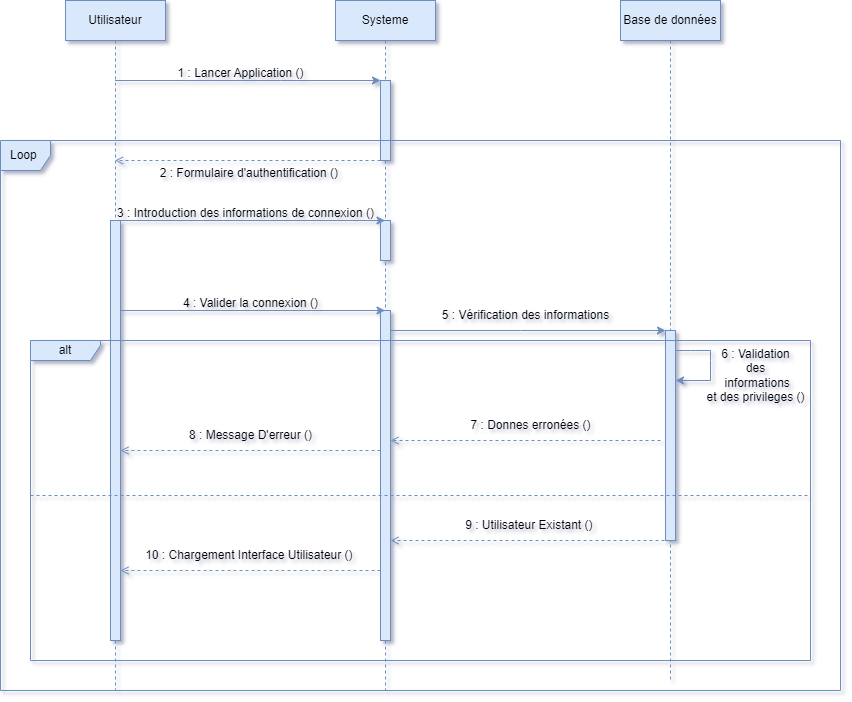
AmineLadrem/Tracking-Containers keeps this draw.io diagram as diagrammes/Diagram Sequence Authentification .drawio.png. Above is the earlier version. Source tidied: cells renumbered, new cells last; positions are measured from the earlier drawing's top-left corner, leaving out a move shared by most shapes.
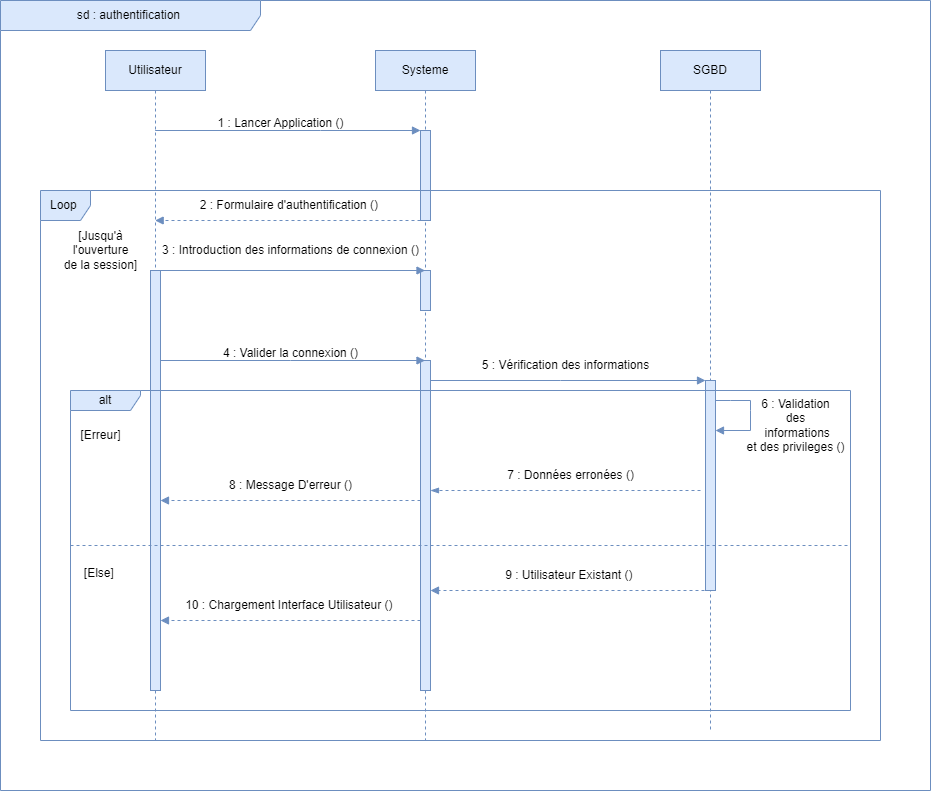
The same diagram one commit later.

Diff of the diagram source:
```diff
@@ -12,18 +12,18 @@
       <mxGeometry x="335" width="100" height="690" as="geometry" />
     </mxCell>
     <mxCell id="5" style="html=1;points=[];perimeter=orthogonalPerimeter;outlineConnect=0;targetShapes=umlLifeline;portConstraint=eastwest;newEdgeStyle={&quot;edgeStyle&quot;:&quot;elbowEdgeStyle&quot;,&quot;elbow&quot;:&quot;vertical&quot;,&quot;curved&quot;:0,&quot;rounded&quot;:0};fillColor=#dae8fc;strokeColor=#6c8ebf;" parent="4" vertex="1">
-      <mxGeometry x="45" y="80" width="10" height="80" as="geometry" />
+      <mxGeometry x="45" y="80" width="10" height="90" as="geometry" />
     </mxCell>
     <mxCell id="6" style="html=1;perimeter=orthogonalPerimeter;targetShapes=umlLifeline;newEdgeStyle={&quot;edgeStyle&quot;:&quot;elbowEdgeStyle&quot;,&quot;elbow&quot;:&quot;vertical&quot;,&quot;curved&quot;:0,&quot;rounded&quot;:0};fillColor=#dae8fc;strokeColor=#6c8ebf;" parent="4" vertex="1">
       <mxGeometry x="45" y="220" width="10" height="40" as="geometry" />
     </mxCell>
-    <mxCell id="7" value="Base de données" style="shape=umlLifeline;perimeter=lifelinePerimeter;whiteSpace=wrap;html=1;newEdgeStyle={&quot;edgeStyle&quot;:&quot;elbowEdgeStyle&quot;,&quot;elbow&quot;:&quot;vertical&quot;,&quot;curved&quot;:0,&quot;rounded&quot;:0};fillColor=#dae8fc;strokeColor=#6c8ebf;" parent="1" vertex="1">
+    <mxCell id="7" value="SGBD" style="shape=umlLifeline;perimeter=lifelinePerimeter;whiteSpace=wrap;html=1;newEdgeStyle={&quot;edgeStyle&quot;:&quot;elbowEdgeStyle&quot;,&quot;elbow&quot;:&quot;vertical&quot;,&quot;curved&quot;:0,&quot;rounded&quot;:0};fillColor=#dae8fc;strokeColor=#6c8ebf;" parent="1" vertex="1">
       <mxGeometry x="620" width="100" height="680" as="geometry" />
     </mxCell>
     <mxCell id="8" style="html=1;points=[];perimeter=orthogonalPerimeter;outlineConnect=0;targetShapes=umlLifeline;portConstraint=eastwest;newEdgeStyle={&quot;edgeStyle&quot;:&quot;elbowEdgeStyle&quot;,&quot;elbow&quot;:&quot;vertical&quot;,&quot;curved&quot;:0,&quot;rounded&quot;:0};fillColor=#dae8fc;strokeColor=#6c8ebf;" parent="7" vertex="1">
       <mxGeometry x="45" y="330" width="10" height="210" as="geometry" />
     </mxCell>
-    <mxCell id="9" style="edgeStyle=none;orthogonalLoop=1;jettySize=auto;html=1;rounded=0;fillColor=#dae8fc;strokeColor=#6c8ebf;" parent="7" edge="1" source="8" target="8">
+    <mxCell id="9" style="edgeStyle=none;orthogonalLoop=1;jettySize=auto;html=1;rounded=0;fillColor=#dae8fc;strokeColor=#6c8ebf;endArrow=block;endFill=1;" parent="7" edge="1" source="8" target="8">
       <mxGeometry relative="1" as="geometry">
         <Array as="points">
           <mxPoint x="70" y="350" />
@@ -33,7 +33,7 @@
         </Array>
       </mxGeometry>
     </mxCell>
-    <mxCell id="10" style="endArrow=classic;html=1;rounded=0;fillColor=#dae8fc;strokeColor=#6c8ebf;" parent="1" edge="1" source="2" target="5">
+    <mxCell id="10" style="endArrow=block;html=1;rounded=0;fillColor=#dae8fc;strokeColor=#6c8ebf;endFill=1;" parent="1" edge="1" source="2" target="5">
       <mxGeometry relative="1" as="geometry">
         <Array as="points">
           <mxPoint x="280" y="80" />
@@ -43,22 +43,16 @@
     <mxCell id="11" value="1 : Lancer Application ()" style="text;html=1;align=center;verticalAlign=middle;strokeColor=none;fillColor=none;" parent="1" vertex="1">
       <mxGeometry x="165" y="58" width="150" height="30" as="geometry" />
     </mxCell>
-    <mxCell id="12" style="endArrow=open;html=1;rounded=0;fillColor=#dae8fc;strokeColor=#6c8ebf;endFill=0;dashed=1;" parent="1" edge="1" source="5" target="2">
+    <mxCell id="12" style="endArrow=block;html=1;rounded=0;fillColor=#dae8fc;strokeColor=#6c8ebf;endFill=1;dashed=1;" parent="1" edge="1" source="5" target="2">
       <mxGeometry relative="1" as="geometry">
         <Array as="points">
-          <mxPoint x="250" y="160" />
+          <mxPoint x="250" y="170" />
         </Array>
       </mxGeometry>
     </mxCell>
-    <mxCell id="13" value="2 : Formulaire d'authentification ()&amp;nbsp;" style="text;html=1;align=center;verticalAlign=middle;strokeColor=none;fillColor=none;" parent="1" vertex="1">
-      <mxGeometry x="145" y="158" width="210" height="30" as="geometry" />
-    </mxCell>
-    <mxCell id="14" style="edgeStyle=none;jettySize=auto;html=1;rounded=0;exitX=1;exitY=0;exitDx=0;exitDy=0;exitPerimeter=0;fillColor=#dae8fc;strokeColor=#6c8ebf;" parent="1" edge="1" source="3" target="4">
+    <mxCell id="14" style="edgeStyle=none;jettySize=auto;html=1;rounded=0;exitX=1;exitY=0;exitDx=0;exitDy=0;exitPerimeter=0;fillColor=#dae8fc;strokeColor=#6c8ebf;endArrow=block;endFill=1;" parent="1" edge="1" source="3" target="4">
       <mxGeometry relative="1" as="geometry" />
     </mxCell>
-    <mxCell id="15" value="3&amp;nbsp;: Introduction des informations de connexion ()" style="text;html=1;align=center;verticalAlign=middle;strokeColor=none;fillColor=none;" parent="1" vertex="1">
-      <mxGeometry x="105" y="198" width="280" height="30" as="geometry" />
-    </mxCell>
     <mxCell id="16" value="Loop&amp;nbsp;" style="shape=umlFrame;whiteSpace=wrap;html=1;width=50;fillColor=#dae8fc;strokeColor=#6c8ebf;" parent="1" vertex="1">
       <mxGeometry y="140" width="840" height="550" as="geometry" />
     </mxCell>
@@ -77,13 +71,13 @@
     <mxCell id="21" value="6 : Validation &lt;br&gt;des&lt;br&gt;&amp;nbsp;informations &lt;br&gt;et des privileges ()" style="text;html=1;align=center;verticalAlign=middle;strokeColor=none;fillColor=none;" parent="19" vertex="1">
       <mxGeometry x="670" width="110" height="70" as="geometry" />
     </mxCell>
-    <mxCell id="22" value="7 : Donnes erronées ()" style="text;html=1;align=center;verticalAlign=middle;strokeColor=none;fillColor=none;" parent="19" vertex="1">
-      <mxGeometry x="430" y="70" width="140" height="30" as="geometry" />
+    <mxCell id="22" value="7 : Données erronées ()" style="text;html=1;align=center;verticalAlign=middle;strokeColor=none;fillColor=none;" parent="19" vertex="1">
+      <mxGeometry x="425" y="70" width="150" height="30" as="geometry" />
     </mxCell>
     <mxCell id="23" value="8 : Message D'erreur ()" style="text;html=1;align=center;verticalAlign=middle;strokeColor=none;fillColor=none;" parent="19" vertex="1">
       <mxGeometry x="145" y="80" width="150" height="30" as="geometry" />
     </mxCell>
-    <mxCell id="24" style="edgeStyle=none;jettySize=auto;html=1;rounded=0;fillColor=#dae8fc;strokeColor=#6c8ebf;dashed=1;endArrow=open;endFill=0;" parent="19" edge="1" target="3">
+    <mxCell id="24" style="edgeStyle=none;jettySize=auto;html=1;rounded=0;fillColor=#dae8fc;strokeColor=#6c8ebf;dashed=1;endArrow=block;endFill=1;" parent="19" edge="1" target="3">
       <mxGeometry relative="1" as="geometry">
         <mxPoint x="350" y="110" as="sourcePoint" />
         <Array as="points">
@@ -94,7 +88,7 @@
     <mxCell id="25" value="9 : Utilisateur Existant ()&amp;nbsp;" style="text;html=1;align=center;verticalAlign=middle;strokeColor=none;fillColor=none;" parent="19" vertex="1">
       <mxGeometry x="425" y="170" width="150" height="30" as="geometry" />
     </mxCell>
-    <mxCell id="26" style="edgeStyle=none;orthogonalLoop=1;jettySize=auto;html=1;rounded=0;fillColor=#dae8fc;strokeColor=#6c8ebf;endArrow=open;endFill=0;dashed=1;" parent="19" edge="1">
+    <mxCell id="26" style="edgeStyle=none;orthogonalLoop=1;jettySize=auto;html=1;rounded=0;fillColor=#dae8fc;strokeColor=#6c8ebf;endArrow=block;endFill=1;dashed=1;" parent="19" edge="1">
       <mxGeometry relative="1" as="geometry">
         <mxPoint x="640" y="200" as="sourcePoint" />
         <mxPoint x="360" y="200" as="targetPoint" />
@@ -106,7 +100,7 @@
     <mxCell id="27" value="10 : Chargement Interface Utilisateur ()&amp;nbsp;" style="text;html=1;align=center;verticalAlign=middle;strokeColor=none;fillColor=none;" parent="19" vertex="1">
       <mxGeometry x="105" y="200" width="230" height="30" as="geometry" />
     </mxCell>
-    <mxCell id="28" style="edgeStyle=none;orthogonalLoop=1;jettySize=auto;html=1;rounded=0;fillColor=#dae8fc;strokeColor=#6c8ebf;endArrow=open;endFill=0;dashed=1;" parent="19" edge="1">
+    <mxCell id="28" style="edgeStyle=none;orthogonalLoop=1;jettySize=auto;html=1;rounded=0;fillColor=#dae8fc;strokeColor=#6c8ebf;endArrow=block;endFill=1;dashed=1;" parent="19" edge="1">
       <mxGeometry relative="1" as="geometry">
         <mxPoint x="350" y="230" as="sourcePoint" />
         <mxPoint x="90" y="230" as="targetPoint" />
@@ -115,24 +109,36 @@
         </Array>
       </mxGeometry>
     </mxCell>
+    <mxCell id="33" value="[Erreur]" style="text;html=1;align=center;verticalAlign=middle;strokeColor=none;fillColor=none;" parent="19" vertex="1">
+      <mxGeometry y="30" width="60" height="30" as="geometry" />
+    </mxCell>
     <mxCell id="29" value="5 : Vérification des informations" style="text;html=1;align=center;verticalAlign=middle;strokeColor=none;fillColor=none;" parent="16" vertex="1">
       <mxGeometry x="430" y="160" width="190" height="30" as="geometry" />
     </mxCell>
+    <mxCell id="13" value="2 : Formulaire d'authentification ()&amp;nbsp;" style="text;html=1;align=center;verticalAlign=middle;strokeColor=none;fillColor=none;" parent="16" vertex="1">
+      <mxGeometry x="145" width="210" height="30" as="geometry" />
+    </mxCell>
+    <mxCell id="34" value="[Jusqu'à &lt;br&gt;l'ouverture &lt;br&gt;de la session]" style="text;html=1;align=center;verticalAlign=middle;strokeColor=none;fillColor=none;" parent="16" vertex="1">
+      <mxGeometry x="10" y="30" width="100" height="60" as="geometry" />
+    </mxCell>
+    <mxCell id="15" value="3&amp;nbsp;: Introduction des informations de connexion ()" style="text;html=1;align=center;verticalAlign=middle;strokeColor=none;fillColor=none;" parent="16" vertex="1">
+      <mxGeometry x="110" y="45" width="280" height="30" as="geometry" />
+    </mxCell>
-    <mxCell id="30" style="edgeStyle=none;jettySize=auto;html=1;rounded=0;fillColor=#dae8fc;strokeColor=#6c8ebf;" parent="1" edge="1" source="3" target="4">
+    <mxCell id="30" style="edgeStyle=none;jettySize=auto;html=1;rounded=0;fillColor=#dae8fc;strokeColor=#6c8ebf;endArrow=block;endFill=1;" parent="1" edge="1" source="3" target="4">
       <mxGeometry relative="1" as="geometry">
         <Array as="points">
           <mxPoint x="250" y="310" />
         </Array>
       </mxGeometry>
     </mxCell>
-    <mxCell id="31" style="edgeStyle=none;jettySize=auto;html=1;rounded=0;fillColor=#dae8fc;strokeColor=#6c8ebf;" parent="1" edge="1" source="17" target="8">
+    <mxCell id="31" style="edgeStyle=none;jettySize=auto;html=1;rounded=0;fillColor=#dae8fc;strokeColor=#6c8ebf;endArrow=block;endFill=1;" parent="1" edge="1" source="17" target="8">
       <mxGeometry relative="1" as="geometry">
         <Array as="points">
           <mxPoint x="520" y="330" />
         </Array>
       </mxGeometry>
     </mxCell>
-    <mxCell id="32" style="edgeStyle=none;jettySize=auto;html=1;rounded=0;fillColor=#dae8fc;strokeColor=#6c8ebf;dashed=1;endArrow=open;endFill=0;" parent="1" edge="1" target="17">
+    <mxCell id="32" style="edgeStyle=none;jettySize=auto;html=1;rounded=0;fillColor=#dae8fc;strokeColor=#6c8ebf;dashed=1;endArrow=blockThin;endFill=1;" parent="1" edge="1" target="17">
       <mxGeometry relative="1" as="geometry">
         <mxPoint x="660" y="440" as="sourcePoint" />
         <Array as="points">
@@ -140,5 +146,11 @@
         </Array>
       </mxGeometry>
     </mxCell>
+    <mxCell id="35" value="[Else]&amp;nbsp;" style="text;html=1;align=center;verticalAlign=middle;strokeColor=none;fillColor=none;" parent="1" vertex="1">
+      <mxGeometry x="30" y="508" width="60" height="30" as="geometry" />
+    </mxCell>
+    <mxCell id="36" value="sd : authentification&amp;nbsp;" style="shape=umlFrame;whiteSpace=wrap;html=1;width=260;fillColor=#dae8fc;strokeColor=#6c8ebf;height=30;" parent="1" vertex="1">
+      <mxGeometry x="-40" y="-50" width="930" height="790" as="geometry" />
+    </mxCell>
   </root>
 </mxGraphModel>
```
